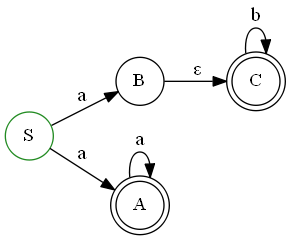
The Graphviz diagram graph.png in felixisa/fsm-test-extension, before a commit. Its source is kept beside it as graph.dot.
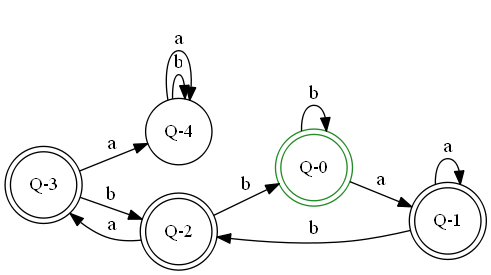
The same file after the commit.

Change to the diagram source:
```diff
@@ -1,12 +1,18 @@
 digraph G {
     rankdir="LR";
-    C [label="C", shape="doublecircle", color="black"];
-    B [label="B", shape="circle", color="black"];
-    A [label="A", shape="doublecircle", color="black"];
-    S [label="S", shape="circle", color="forestgreen"];
-    C -> C [label="b", fontsize=15];
-    B -> C [label="ε", fontsize=15];
-    A -> A [label="a", fontsize=15];
-    S -> B [label="a", fontsize=15];
-    S -> A [label="a", fontsize=15];
+    Q4 [label="Q-4", shape="circle", color="black"];
+    Q3 [label="Q-3", shape="doublecircle", color="black"];
+    Q2 [label="Q-2", shape="doublecircle", color="black"];
+    Q1 [label="Q-1", shape="doublecircle", color="black"];
+    Q0 [label="Q-0", shape="doublecircle", color="forestgreen"];
+    Q4 -> Q4 [label="b", fontsize=15];
+    Q4 -> Q4 [label="a", fontsize=15];
+    Q3 -> Q2 [label="b", fontsize=15];
+    Q3 -> Q4 [label="a", fontsize=15];
+    Q2 -> Q0 [label="b", fontsize=15];
+    Q2 -> Q3 [label="a", fontsize=15];
+    Q1 -> Q2 [label="b", fontsize=15];
+    Q1 -> Q1 [label="a", fontsize=15];
+    Q0 -> Q0 [label="b", fontsize=15];
+    Q0 -> Q1 [label="a", fontsize=15];
 }
```
